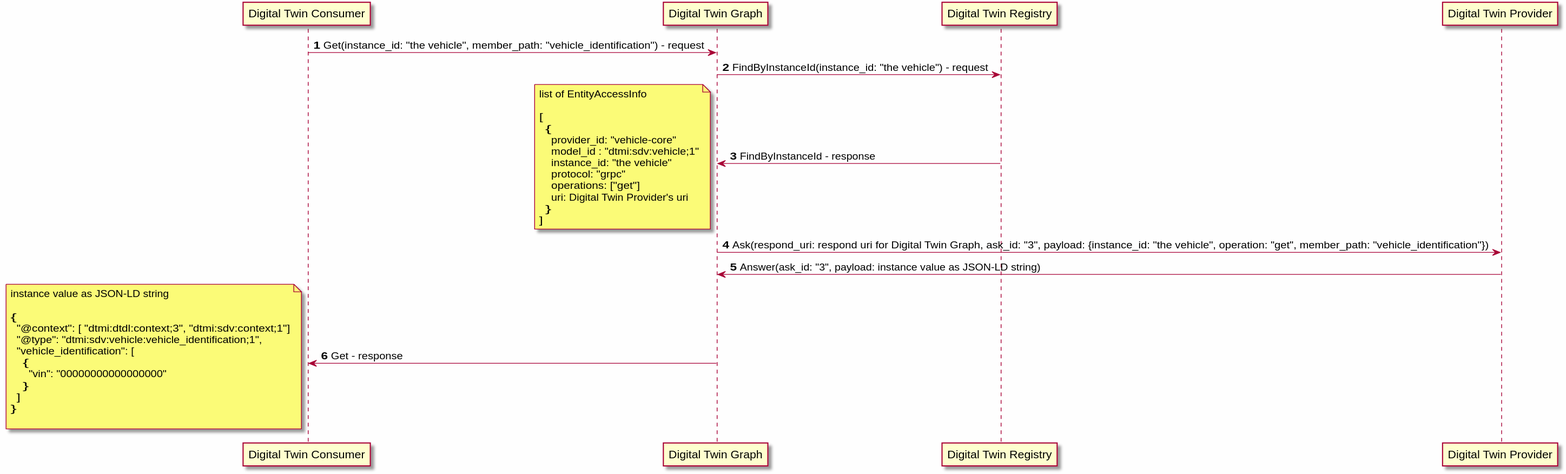
This is docs/design/modules/digital_twin_graph/diagrams/get_sequence.svg from eclipse-ibeji/ibeji, a PlantUML export, as it was before one commit.
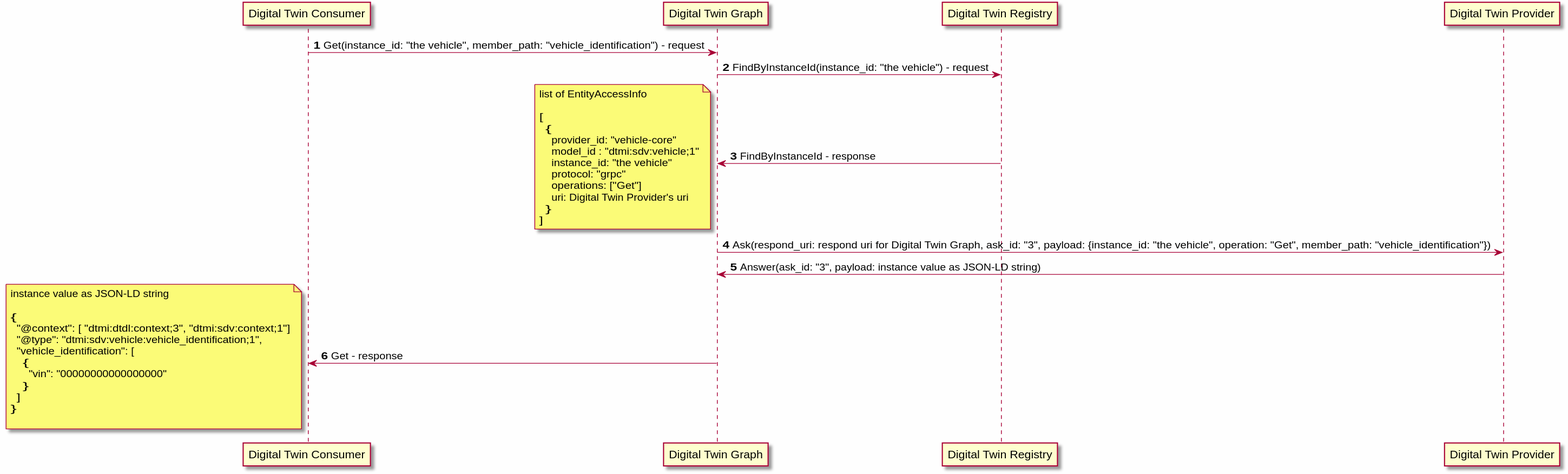
After the change.

What changed in the source:
```diff
@@ -21,13 +21,13 @@
       model_id : "dtmi:sdv:vehicle;1"
       instance_id: "the vehicle"
       protocol: "grpc"
-      operations: ["get"]
+      operations: ["Get"]
       uri: Digital Twin Provider's uri
     }
   ]
 end note
 
-DIGITAL_TWIN_GRAPH -> PROVIDER: Ask(respond_uri: respond uri for Digital Twin Graph, ask_id: "3", payload: {instance_id: "the vehicle", operation: "get", member_path: "vehicle_identification"})
+DIGITAL_TWIN_GRAPH -> PROVIDER: Ask(respond_uri: respond uri for Digital Twin Graph, ask_id: "3", payload: {instance_id: "the vehicle", operation: "Get", member_path: "vehicle_identification"})
 DIGITAL_TWIN_GRAPH <- PROVIDER: Answer(ask_id: "3", payload: instance value as JSON-LD string)
 
 CONSUMER <- DIGITAL_TWIN_GRAPH: Get - response
```
